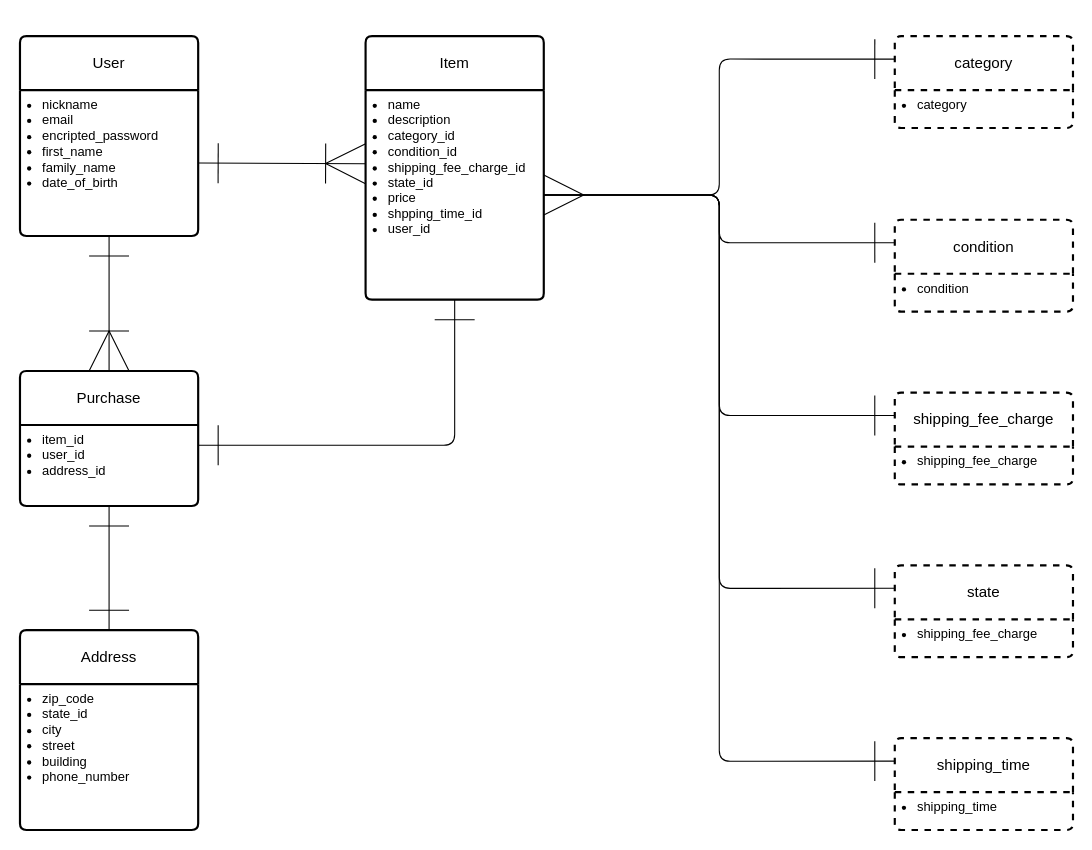
origami-eng/furima-42544 keeps this draw.io diagram as furima.dio. Above is the earlier version. Source tidied: cells renumbered, new cells numbered last; positions are measured from the earlier drawing's top-left corner, leaving out a move shared by most shapes. Both pictures are drawn from the tidied source at 108%, with x=0, y=0 at pixel (19, 36).
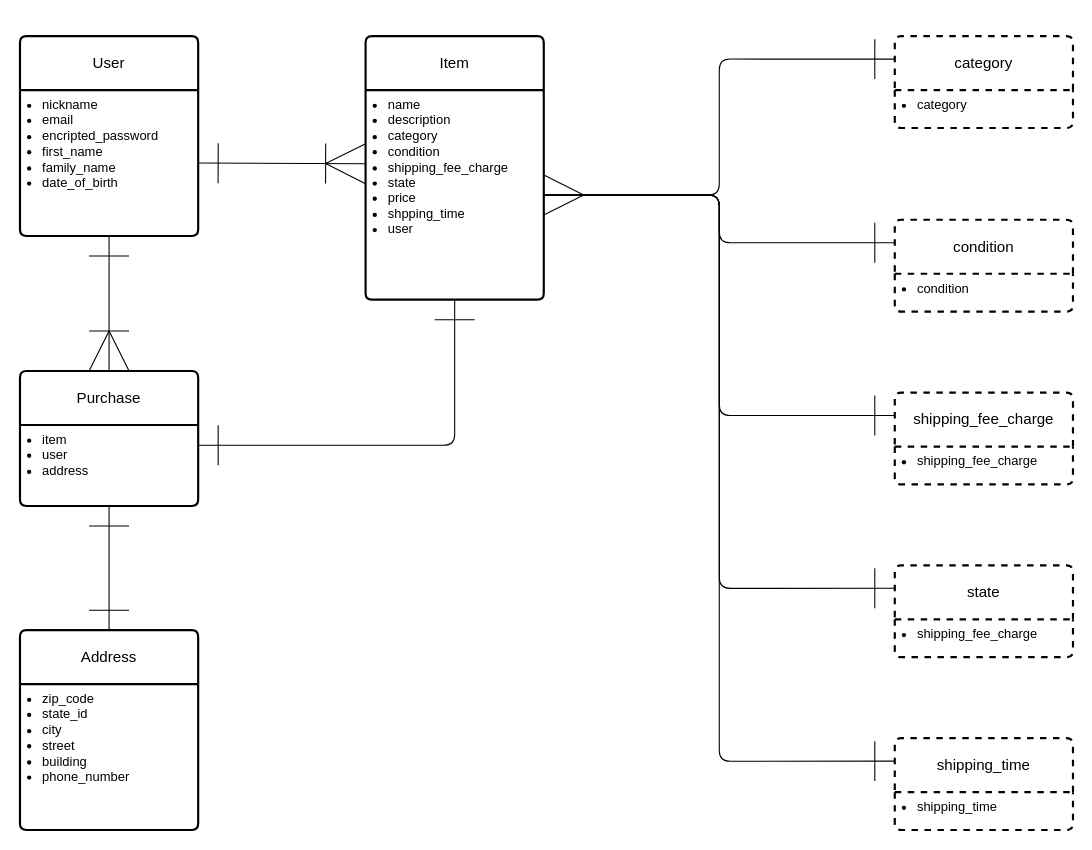
The same page after the edit.

The change refers to these unchanged cells:
```xml
<mxCell id="4" value="Item" style="swimlane;horizontal=1;startSize=50;rounded=1;fontSize=14;fontStyle=0;strokeWidth=2;shadow=0;dashed=0;align=center;arcSize=4;html=1;whiteSpace=wrap;labelBackgroundColor=none;fixDash=0;" parent="1" vertex="1">
  <mxGeometry x="320" width="165" height="244" as="geometry" />
</mxCell>
<mxCell id="6" value="Purchase" style="swimlane;horizontal=1;startSize=50;rounded=1;fontSize=14;fontStyle=0;strokeWidth=2;shadow=0;dashed=0;align=center;arcSize=4;html=1;whiteSpace=wrap;labelBackgroundColor=none;fixDash=0;" parent="1" vertex="1">
  <mxGeometry y="310" width="165" height="125" as="geometry" />
</mxCell>
```

Change to the diagram source:
```diff
@@
-    <mxCell id="5" value="&lt;ul style=&quot;padding-left: 15px; margin-top: 0px;&quot;&gt;&lt;li&gt;&lt;font style=&quot;color: rgb(0, 0, 0);&quot;&gt;name&lt;/font&gt;&lt;/li&gt;&lt;li&gt;&lt;font style=&quot;color: rgb(0, 0, 0);&quot;&gt;description&lt;/font&gt;&lt;/li&gt;&lt;li&gt;&lt;font style=&quot;color: rgb(0, 0, 0);&quot;&gt;category_id&lt;/font&gt;&lt;/li&gt;&lt;li&gt;&lt;font style=&quot;color: rgb(0, 0, 0);&quot;&gt;condition_id&lt;/font&gt;&lt;/li&gt;&lt;li&gt;&lt;font style=&quot;color: rgb(0, 0, 0);&quot;&gt;shipping_fee_charge_id&lt;/font&gt;&lt;/li&gt;&lt;li&gt;&lt;font style=&quot;color: rgb(0, 0, 0);&quot;&gt;state_id&lt;/font&gt;&lt;/li&gt;&lt;li&gt;&lt;font style=&quot;color: rgb(0, 0, 0);&quot;&gt;price&lt;/font&gt;&lt;/li&gt;&lt;li&gt;&lt;font style=&quot;color: rgb(0, 0, 0);&quot;&gt;shpping_time_id&lt;/font&gt;&lt;/li&gt;&lt;li&gt;&lt;font style=&quot;color: rgb(0, 0, 0);&quot;&gt;user_id&lt;/font&gt;&lt;/li&gt;&lt;/ul&gt;" style="align=left;strokeColor=none;fillColor=none;spacingLeft=4;fontSize=12;verticalAlign=top;html=1;" parent="4" vertex="1">
+    <mxCell id="5" value="&lt;ul style=&quot;padding-left: 15px; margin-top: 0px;&quot;&gt;&lt;li&gt;&lt;font style=&quot;color: rgb(0, 0, 0);&quot;&gt;name&lt;/font&gt;&lt;/li&gt;&lt;li&gt;&lt;font style=&quot;color: rgb(0, 0, 0);&quot;&gt;description&lt;/font&gt;&lt;/li&gt;&lt;li&gt;&lt;font style=&quot;color: rgb(0, 0, 0);&quot;&gt;category&lt;/font&gt;&lt;/li&gt;&lt;li&gt;&lt;font style=&quot;color: rgb(0, 0, 0);&quot;&gt;condition&lt;/font&gt;&lt;/li&gt;&lt;li&gt;&lt;font style=&quot;color: rgb(0, 0, 0);&quot;&gt;shipping_fee_charge&lt;/font&gt;&lt;/li&gt;&lt;li&gt;&lt;font style=&quot;color: rgb(0, 0, 0);&quot;&gt;state&lt;/font&gt;&lt;/li&gt;&lt;li&gt;&lt;font style=&quot;color: rgb(0, 0, 0);&quot;&gt;price&lt;/font&gt;&lt;/li&gt;&lt;li&gt;&lt;font style=&quot;color: rgb(0, 0, 0);&quot;&gt;shpping_time&lt;/font&gt;&lt;/li&gt;&lt;li&gt;&lt;font style=&quot;color: rgb(0, 0, 0);&quot;&gt;user&lt;/font&gt;&lt;/li&gt;&lt;/ul&gt;" style="align=left;strokeColor=none;fillColor=none;spacingLeft=4;fontSize=12;verticalAlign=top;html=1;" parent="4" vertex="1">
       <mxGeometry y="50" width="165" height="194" as="geometry" />
     </mxCell>
@@
-    <mxCell id="7" value="&lt;ul style=&quot;padding-left: 15px; margin-top: 0px;&quot;&gt;&lt;li&gt;&lt;font color=&quot;#000000&quot;&gt;item_id&lt;/font&gt;&lt;/li&gt;&lt;li&gt;&lt;font color=&quot;#000000&quot;&gt;user_id&lt;/font&gt;&lt;/li&gt;&lt;li&gt;&lt;font style=&quot;color: rgb(0, 0, 0);&quot;&gt;address_id&lt;/font&gt;&lt;/li&gt;&lt;/ul&gt;" style="align=left;strokeColor=none;fillColor=none;spacingLeft=4;fontSize=12;verticalAlign=top;html=1;" parent="6" vertex="1">
+    <mxCell id="7" value="&lt;ul style=&quot;padding-left: 15px; margin-top: 0px;&quot;&gt;&lt;li&gt;&lt;font color=&quot;#000000&quot;&gt;item&lt;/font&gt;&lt;/li&gt;&lt;li&gt;&lt;font color=&quot;#000000&quot;&gt;user&lt;/font&gt;&lt;/li&gt;&lt;li&gt;&lt;font style=&quot;color: rgb(0, 0, 0);&quot;&gt;address&lt;/font&gt;&lt;/li&gt;&lt;/ul&gt;" style="align=left;strokeColor=none;fillColor=none;spacingLeft=4;fontSize=12;verticalAlign=top;html=1;" parent="6" vertex="1">
       <mxGeometry y="50" width="165" height="75" as="geometry" />
     </mxCell>
```
